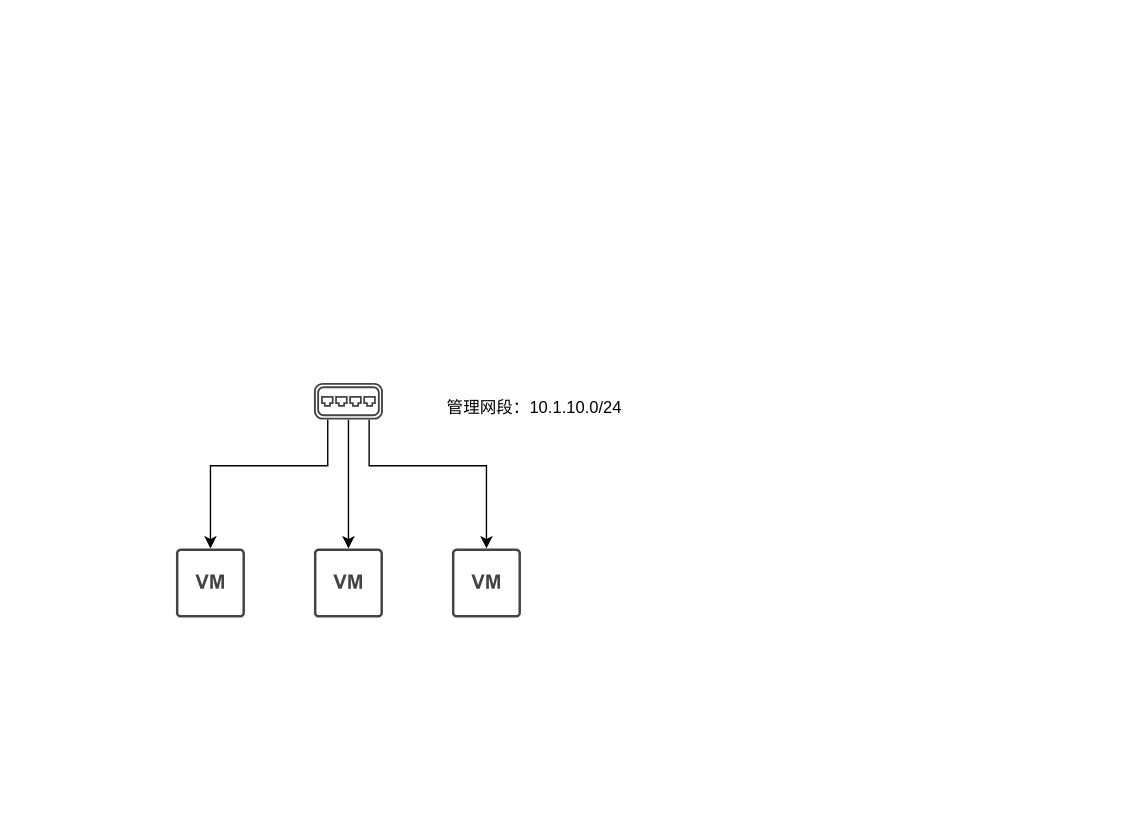
This is Cephadm.drawio from lrAltas/DrwaIO, a draw.io file, before an edit. Source tidied: cells renumbered, new cells numbered last; positions are measured from the earlier drawing's top-left corner, leaving out a move shared by most shapes. Both pictures are drawn from the tidied source at 138%, with x=0, y=0 at pixel (175, 382).
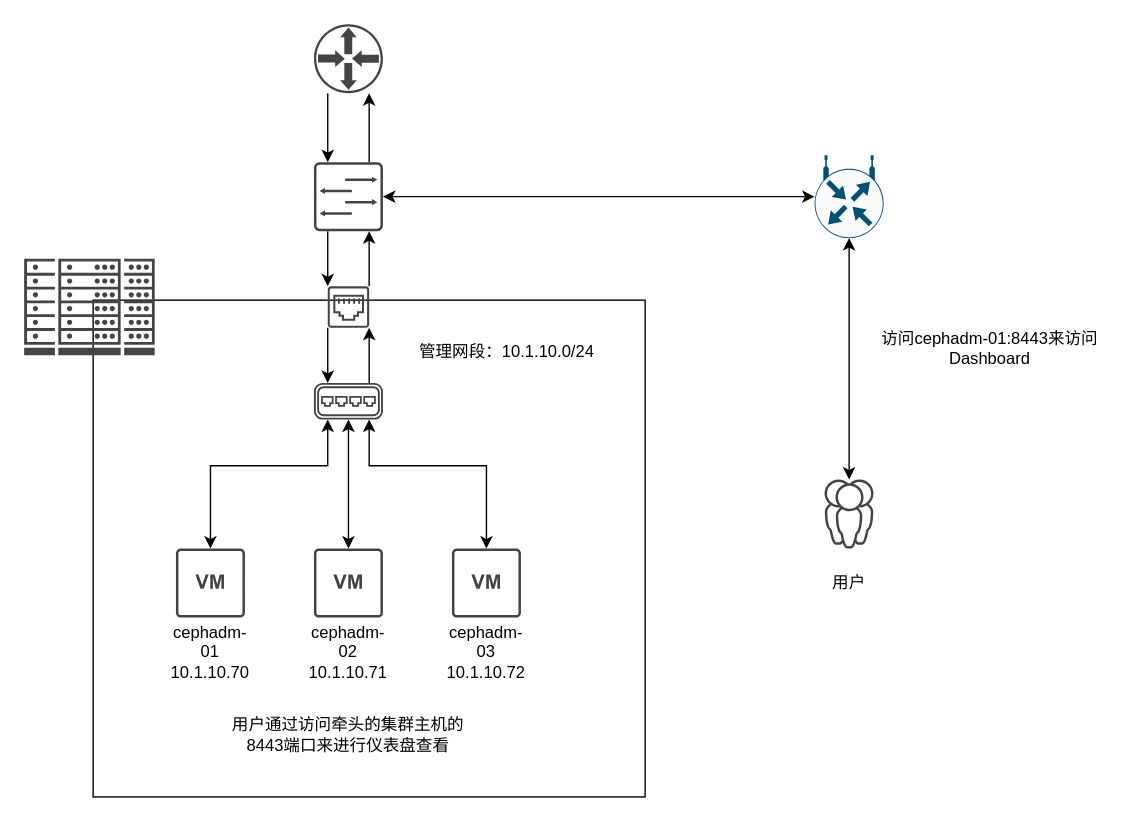
After the change.

Unchanged cells that the change refers to:
```xml
<mxCell id="2" style="sketch=0;shadow=0;dashed=0;html=1;strokeColor=none;fillColor=#434445;labelPosition=center;verticalLabelPosition=bottom;verticalAlign=top;align=center;outlineConnect=0;shape=mxgraph.vvd.virtual_machine;" parent="1" vertex="1">
  <mxGeometry y="120" width="50" height="50" as="geometry" />
</mxCell>
<mxCell id="3" style="sketch=0;shadow=0;dashed=0;html=1;strokeColor=none;fillColor=#434445;labelPosition=center;verticalLabelPosition=bottom;verticalAlign=top;align=center;outlineConnect=0;shape=mxgraph.vvd.virtual_machine;" parent="1" vertex="1">
  <mxGeometry x="100" y="120" width="50" height="50" as="geometry" />
</mxCell>
<mxCell id="4" style="sketch=0;shadow=0;dashed=0;html=1;strokeColor=none;fillColor=#434445;labelPosition=center;verticalLabelPosition=bottom;verticalAlign=top;align=center;outlineConnect=0;shape=mxgraph.vvd.virtual_machine;" parent="1" vertex="1">
  <mxGeometry x="200" y="120" width="50" height="50" as="geometry" />
</mxCell>
<mxCell id="8" style="sketch=0;shadow=0;dashed=0;html=1;strokeColor=none;fillColor=#434445;labelPosition=center;verticalLabelPosition=bottom;verticalAlign=top;align=center;outlineConnect=0;shape=mxgraph.vvd.virtual_switch;" parent="1" vertex="1">
  <mxGeometry x="100" width="50" height="26.5" as="geometry" />
</mxCell>
```

The edit, as a diff of the source:
```diff
@@
+    <mxCell id="10" style="rounded=0;whiteSpace=wrap;html=1;" parent="1" vertex="1">
+      <mxGeometry x="-60" y="-60" width="400" height="360" as="geometry" />
+    </mxCell>
@@
-    <mxCell id="5" style="edgeStyle=orthogonalEdgeStyle;rounded=0;jettySize=auto;html=1;" parent="1" edge="1" source="8" target="2">
+    <mxCell id="5" style="edgeStyle=orthogonalEdgeStyle;rounded=0;jettySize=auto;html=1;startArrow=classic;startFill=1;" parent="1" edge="1" source="8" target="2">
       <mxGeometry relative="1" as="geometry">
         <Array as="points">
           <mxPoint x="110" y="60" />
           <mxPoint x="25" y="60" />
         </Array>
       </mxGeometry>
     </mxCell>
-    <mxCell id="6" style="edgeStyle=orthogonalEdgeStyle;rounded=0;jettySize=auto;html=1;" parent="1" edge="1" source="8" target="3">
+    <mxCell id="6" style="edgeStyle=orthogonalEdgeStyle;rounded=0;jettySize=auto;html=1;startArrow=classic;startFill=1;" parent="1" edge="1" source="8" target="3">
       <mxGeometry relative="1" as="geometry" />
     </mxCell>
-    <mxCell id="7" style="edgeStyle=orthogonalEdgeStyle;rounded=0;jettySize=auto;html=1;" parent="1" edge="1" source="8" target="4">
+    <mxCell id="7" style="edgeStyle=orthogonalEdgeStyle;rounded=0;jettySize=auto;html=1;startArrow=classic;startFill=1;" parent="1" edge="1" source="8" target="4">
       <mxGeometry relative="1" as="geometry">
         <Array as="points">
           <mxPoint x="140" y="60" />
           <mxPoint x="225" y="60" />
         </Array>
       </mxGeometry>
     </mxCell>
+    <mxCell id="11" style="edgeStyle=orthogonalEdgeStyle;rounded=0;jettySize=auto;html=1;" parent="1" edge="1" source="8" target="26">
+      <mxGeometry relative="1" as="geometry">
+        <Array as="points">
+          <mxPoint x="140" y="-20" />
+          <mxPoint x="140" y="-20" />
+        </Array>
+      </mxGeometry>
+    </mxCell>
@@
     <mxCell id="9" value="&lt;div&gt;管理网段：10.1.10.0/24&lt;/div&gt;&lt;div&gt;&lt;br&gt;&lt;/div&gt;" style="text;html=1;whiteSpace=wrap;strokeColor=none;fillColor=none;align=center;verticalAlign=middle;rounded=0;" parent="1" vertex="1">
-      <mxGeometry x="170" y="10" width="180" height="30" as="geometry" />
+      <mxGeometry x="150" y="-30" width="180" height="30" as="geometry" />
     </mxCell>
+    <mxCell id="12" value="&lt;div&gt;cephadm-01&lt;/div&gt;&lt;div&gt;10.1.10.70&lt;/div&gt;" style="text;html=1;whiteSpace=wrap;strokeColor=none;fillColor=none;align=center;verticalAlign=middle;rounded=0;" parent="1" vertex="1">
+      <mxGeometry x="-5" y="180" width="60" height="30" as="geometry" />
+    </mxCell>
+    <mxCell id="13" value="&lt;div&gt;cephadm-02&lt;/div&gt;&lt;div&gt;10.1.10.71&lt;/div&gt;" style="text;html=1;whiteSpace=wrap;strokeColor=none;fillColor=none;align=center;verticalAlign=middle;rounded=0;" parent="1" vertex="1">
+      <mxGeometry x="95" y="180" width="60" height="30" as="geometry" />
+    </mxCell>
+    <mxCell id="14" style="edgeStyle=orthogonalEdgeStyle;rounded=0;orthogonalLoop=1;jettySize=auto;html=1;exitX=0.5;exitY=1;exitDx=0;exitDy=0;" parent="1" edge="1" source="13" target="13">
+      <mxGeometry relative="1" as="geometry" />
+    </mxCell>
+    <mxCell id="15" value="&lt;div&gt;cephadm-03&lt;/div&gt;&lt;div&gt;10.1.10.72&lt;/div&gt;" style="text;html=1;whiteSpace=wrap;strokeColor=none;fillColor=none;align=center;verticalAlign=middle;rounded=0;" parent="1" vertex="1">
+      <mxGeometry x="195" y="180" width="60" height="30" as="geometry" />
+    </mxCell>
+    <mxCell id="16" value="用户通过访问牵头的集群主机的8443端口来进行仪表盘查看" style="text;html=1;whiteSpace=wrap;strokeColor=none;fillColor=none;align=center;verticalAlign=middle;rounded=0;" parent="1" vertex="1">
+      <mxGeometry x="30" y="240" width="190" height="30" as="geometry" />
+    </mxCell>
+    <mxCell id="17" style="sketch=0;shadow=0;dashed=0;html=1;strokeColor=none;fillColor=#434445;labelPosition=center;verticalLabelPosition=bottom;verticalAlign=top;align=center;outlineConnect=0;shape=mxgraph.vvd.user_group;" parent="1" vertex="1">
+      <mxGeometry x="470" y="70" width="35.5" height="50" as="geometry" />
+    </mxCell>
+    <mxCell id="18" style="sketch=0;shadow=0;dashed=0;html=1;strokeColor=none;fillColor=#434445;labelPosition=center;verticalLabelPosition=bottom;verticalAlign=top;align=center;shape=mxgraph.vvd.datacenter;" parent="1" vertex="1">
+      <mxGeometry x="-110" y="-90" width="94.6" height="70" as="geometry" />
+    </mxCell>
+    <mxCell id="19" style="edgeStyle=orthogonalEdgeStyle;rounded=0;jettySize=auto;html=1;startArrow=none;startFill=0;" parent="1" edge="1" source="20" target="23">
+      <mxGeometry relative="1" as="geometry">
+        <Array as="points">
+          <mxPoint x="110" y="-180" />
+          <mxPoint x="110" y="-180" />
+        </Array>
+      </mxGeometry>
+    </mxCell>
+    <mxCell id="20" style="sketch=0;shadow=0;dashed=0;html=1;strokeColor=none;fillColor=#434445;labelPosition=center;verticalLabelPosition=bottom;verticalAlign=top;align=center;outlineConnect=0;shape=mxgraph.vvd.physical_upstream_router;" parent="1" vertex="1">
+      <mxGeometry x="100" y="-260" width="50" height="50" as="geometry" />
+    </mxCell>
+    <mxCell id="21" style="edgeStyle=orthogonalEdgeStyle;rounded=0;jettySize=auto;html=1;" parent="1" edge="1" source="23" target="26">
+      <mxGeometry relative="1" as="geometry">
+        <Array as="points">
+          <mxPoint x="110" y="-90" />
+          <mxPoint x="110" y="-90" />
+        </Array>
+      </mxGeometry>
+    </mxCell>
+    <mxCell id="22" style="edgeStyle=orthogonalEdgeStyle;rounded=0;jettySize=auto;html=1;" parent="1" edge="1" source="23" target="20">
+      <mxGeometry relative="1" as="geometry">
+        <Array as="points">
+          <mxPoint x="140" y="-190" />
+          <mxPoint x="140" y="-190" />
+        </Array>
+      </mxGeometry>
+    </mxCell>
+    <mxCell id="23" style="sketch=0;shadow=0;dashed=0;html=1;strokeColor=none;fillColor=#434445;labelPosition=center;verticalLabelPosition=bottom;verticalAlign=top;align=center;outlineConnect=0;shape=mxgraph.vvd.switch;" parent="1" vertex="1">
+      <mxGeometry x="100" y="-160" width="50" height="50" as="geometry" />
+    </mxCell>
+    <mxCell id="24" style="edgeStyle=orthogonalEdgeStyle;rounded=0;jettySize=auto;html=1;" parent="1" edge="1" source="26" target="8">
+      <mxGeometry relative="1" as="geometry">
+        <Array as="points">
+          <mxPoint x="110" y="-20" />
+          <mxPoint x="110" y="-20" />
+        </Array>
+      </mxGeometry>
+    </mxCell>
+    <mxCell id="25" style="edgeStyle=orthogonalEdgeStyle;rounded=0;jettySize=auto;html=1;" parent="1" edge="1" source="26" target="23">
+      <mxGeometry relative="1" as="geometry">
+        <Array as="points">
+          <mxPoint x="140" y="-90" />
+          <mxPoint x="140" y="-90" />
+        </Array>
+      </mxGeometry>
+    </mxCell>
+    <mxCell id="26" style="sketch=0;shadow=0;dashed=0;html=1;strokeColor=none;fillColor=#434445;labelPosition=center;verticalLabelPosition=bottom;verticalAlign=top;align=center;outlineConnect=0;shape=mxgraph.vvd.ethernet_port;" parent="1" vertex="1">
+      <mxGeometry x="110" y="-70" width="30" height="30" as="geometry" />
+    </mxCell>
+    <mxCell id="27" style="edgeStyle=orthogonalEdgeStyle;rounded=0;jettySize=auto;html=1;startArrow=classic;startFill=1;" parent="1" edge="1" source="28" target="17">
+      <mxGeometry relative="1" as="geometry" />
+    </mxCell>
+    <mxCell id="28" style="sketch=0;points=[[0.5,0,0],[1,0.5,0],[0.5,1,0],[0,0.5,0],[0.145,0.145,0],[0.8555,0.145,0],[0.855,0.8555,0],[0.145,0.855,0]];verticalLabelPosition=bottom;html=1;verticalAlign=top;align=center;shape=mxgraph.cisco19.rect;prIcon=wireless_router;fillColor=#FAFAFA;strokeColor=#005073;" parent="1" vertex="1">
+      <mxGeometry x="462.8" y="-165" width="50" height="60" as="geometry" />
+    </mxCell>
+    <mxCell id="29" style="edgeStyle=orthogonalEdgeStyle;rounded=0;jettySize=auto;html=1;entryX=0;entryY=0.5;entryDx=0;entryDy=0;entryPerimeter=0;startArrow=classic;startFill=1;" parent="1" edge="1" source="23" target="28">
+      <mxGeometry relative="1" as="geometry" />
+    </mxCell>
+    <mxCell id="30" value="访问cephadm-01:8443来访问Dashboard" style="text;html=1;whiteSpace=wrap;strokeColor=none;fillColor=none;align=center;verticalAlign=middle;rounded=0;" parent="1" vertex="1">
+      <mxGeometry x="500" y="-40" width="180" height="30" as="geometry" />
+    </mxCell>
+    <mxCell id="31" value="用户" style="text;html=1;whiteSpace=wrap;strokeColor=none;fillColor=none;align=center;verticalAlign=middle;rounded=0;" parent="1" vertex="1">
+      <mxGeometry x="457.8" y="130" width="60" height="30" as="geometry" />
+    </mxCell>
```
